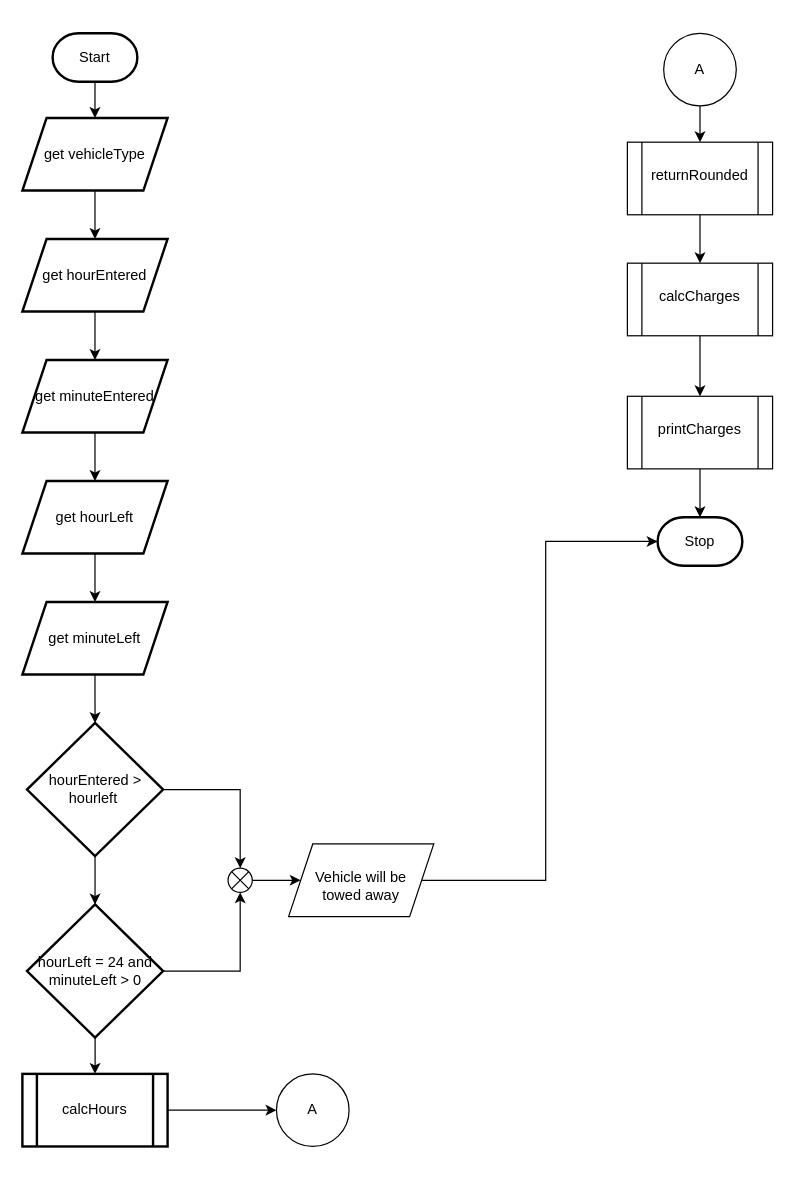
Earlier version of the draw.io diagram page "Page-1" (1 of 3) of score_avg.drawio (Jebbxrs/c_proj). Source tidied: cells renumbered, new cells numbered last; positions are measured from the earlier drawing's top-left corner, leaving out a move shared by most shapes. Both pictures are drawn from the tidied source at 121%, with x=0, y=0 at pixel (22, 33).
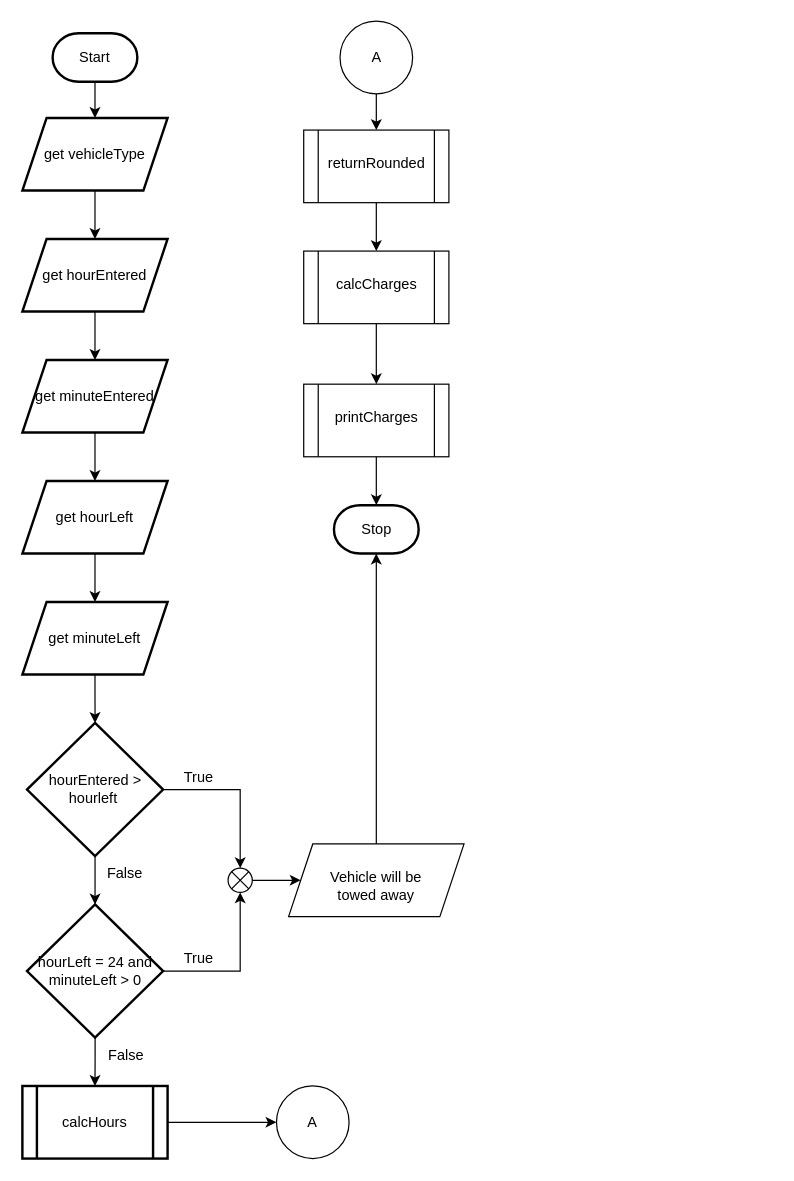
The same diagram, later.

The edit, as a diff of the source:
```diff
@@
     <mxCell id="22" value="&lt;br&gt;Vehicle will be &lt;br&gt;towed away" style="shape=parallelogram;perimeter=parallelogramPerimeter;whiteSpace=wrap;html=1;fixedSize=1;verticalAlign=top;" parent="1" vertex="1">
-      <mxGeometry x="220" y="670" width="120" height="60" as="geometry" />
+      <mxGeometry x="220" y="670" width="145" height="60" as="geometry" />
     </mxCell>
     <mxCell id="23" value="calcHours" style="shape=process;whiteSpace=wrap;html=1;backgroundOutline=1;strokeWidth=2;" parent="1" vertex="1">
-      <mxGeometry y="860" width="120" height="60" as="geometry" />
+      <mxGeometry y="870" width="120" height="60" as="geometry" />
     </mxCell>
     <mxCell id="24" style="verticalLabelPosition=bottom;verticalAlign=top;html=1;shape=mxgraph.flowchart.on-page_reference;" parent="1" vertex="1">
-      <mxGeometry x="210" y="860" width="60" height="60" as="geometry" />
+      <mxGeometry x="210" y="870" width="60" height="60" as="geometry" />
     </mxCell>
@@
     <mxCell id="26" value="A" style="text;html=1;strokeColor=none;fillColor=none;align=center;verticalAlign=middle;whiteSpace=wrap;rounded=0;" parent="1" vertex="1">
-      <mxGeometry x="210" y="875" width="60" height="30" as="geometry" />
+      <mxGeometry x="210" y="885" width="60" height="30" as="geometry" />
     </mxCell>
@@
     <mxCell id="28" style="verticalLabelPosition=bottom;verticalAlign=top;html=1;shape=mxgraph.flowchart.on-page_reference;" parent="1" vertex="1">
-      <mxGeometry x="530" width="60" height="60" as="geometry" />
+      <mxGeometry x="262.5" y="-10" width="60" height="60" as="geometry" />
     </mxCell>
     <mxCell id="29" value="A" style="text;html=1;strokeColor=none;fillColor=none;align=center;verticalAlign=middle;whiteSpace=wrap;rounded=0;" parent="1" vertex="1">
-      <mxGeometry x="530" y="15" width="60" height="30" as="geometry" />
+      <mxGeometry x="262.5" y="5" width="60" height="30" as="geometry" />
     </mxCell>
@@
     <mxCell id="31" value="&lt;br&gt;returnRounded" style="shape=process;whiteSpace=wrap;html=1;backgroundOutline=1;verticalAlign=top;" parent="1" vertex="1">
-      <mxGeometry x="500" y="90" width="120" height="60" as="geometry" />
+      <mxGeometry x="232.5" y="80" width="120" height="60" as="geometry" />
     </mxCell>
@@
     <mxCell id="33" value="&lt;br&gt;calcCharges" style="shape=process;whiteSpace=wrap;html=1;backgroundOutline=1;verticalAlign=top;" parent="1" vertex="1">
-      <mxGeometry x="500" y="190" width="120" height="60" as="geometry" />
+      <mxGeometry x="232.5" y="180" width="120" height="60" as="geometry" />
     </mxCell>
@@
     <mxCell id="35" value="&lt;br&gt;printCharges" style="shape=process;whiteSpace=wrap;html=1;backgroundOutline=1;verticalAlign=top;" parent="1" vertex="1">
-      <mxGeometry x="500" y="300" width="120" height="60" as="geometry" />
+      <mxGeometry x="232.5" y="290" width="120" height="60" as="geometry" />
     </mxCell>
     <mxCell id="36" value="Stop" style="strokeWidth=2;html=1;shape=mxgraph.flowchart.terminator;whiteSpace=wrap;" parent="1" vertex="1">
-      <mxGeometry x="525" y="400" width="70" height="40" as="geometry" />
+      <mxGeometry x="257.5" y="390" width="70" height="40" as="geometry" />
     </mxCell>
+    <mxCell id="38" value="True" style="text;html=1;strokeColor=none;fillColor=none;align=center;verticalAlign=middle;whiteSpace=wrap;rounded=0;" parent="1" vertex="1">
+      <mxGeometry x="116.2" y="600" width="60" height="30" as="geometry" />
+    </mxCell>
+    <mxCell id="39" value="False" style="text;html=1;strokeColor=none;fillColor=none;align=center;verticalAlign=middle;whiteSpace=wrap;rounded=0;" parent="1" vertex="1">
+      <mxGeometry x="55" y="680" width="60" height="30" as="geometry" />
+    </mxCell>
+    <mxCell id="40" value="True" style="text;html=1;strokeColor=none;fillColor=none;align=center;verticalAlign=middle;whiteSpace=wrap;rounded=0;" parent="1" vertex="1">
+      <mxGeometry x="116.2" y="750" width="60" height="30" as="geometry" />
+    </mxCell>
+    <mxCell id="41" value="False" style="text;html=1;strokeColor=none;fillColor=none;align=center;verticalAlign=middle;whiteSpace=wrap;rounded=0;" parent="1" vertex="1">
+      <mxGeometry x="56.2" y="830" width="60" height="30" as="geometry" />
+    </mxCell>
-    <mxCell id="37" style="edgeStyle=orthogonalEdgeStyle;rounded=0;jettySize=auto;html=1;entryX=0;entryY=0.5;entryDx=0;entryDy=0;entryPerimeter=0;" parent="1" edge="1" source="22" target="36">
+    <mxCell id="37" style="edgeStyle=orthogonalEdgeStyle;rounded=0;jettySize=auto;html=1;entryX=0.5;entryY=1;entryDx=0;entryDy=0;entryPerimeter=0;" parent="1" edge="1" source="22" target="36">
       <mxGeometry relative="1" as="geometry" />
     </mxCell>
```
